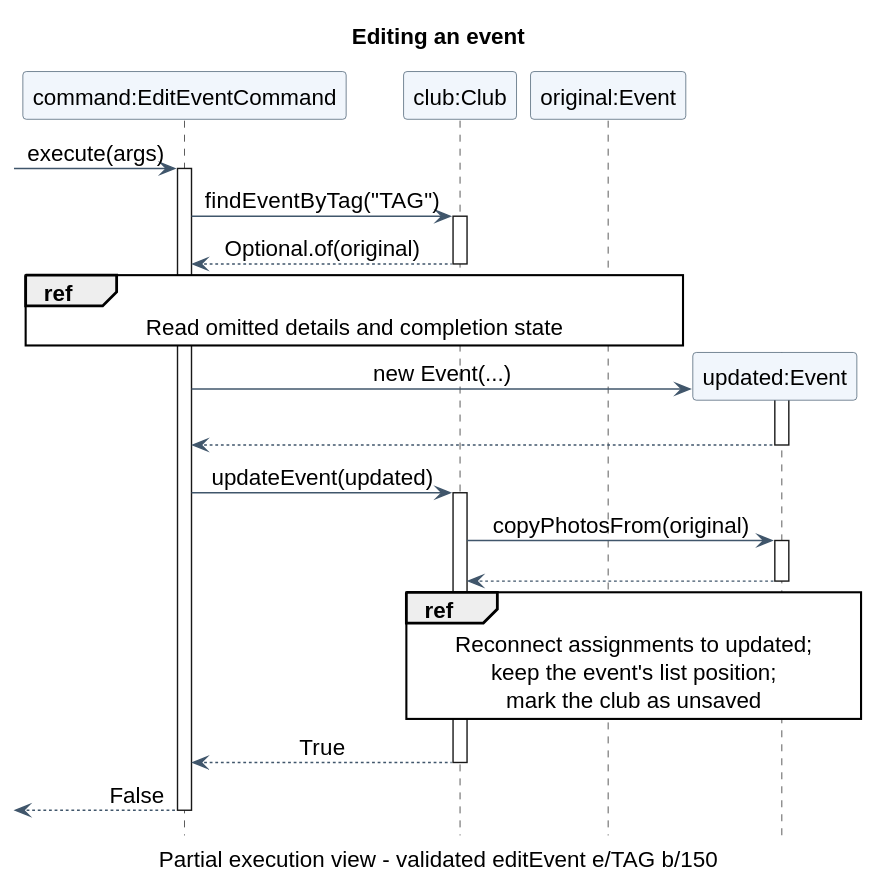
Above: docs/diagrams/events/EditEventSequence.svg in 77chenchen/tp (PlantUML), before the change. Source of this version:
```plantuml
@startuml
!include ../shared/UmlStyle.iuml
title Editing an event
caption Partial execution view - validated editEvent e/TAG b/150
skinparam shadowing false
skinparam sequenceMessageAlign center
skinparam ParticipantBackgroundColor #F1F6FC
skinparam ParticipantBorderColor #40566B
skinparam ArrowColor #40566B
hide footbox

participant "command:EditEventCommand" as Command
participant "club:Club" as Club
participant "original:Event" as Original
participant "updated:Event" as Updated

[-> Command : execute(args)
activate Command
Command -> Club : findEventByTag("TAG")
activate Club
Club --> Command : Optional.of(original)
deactivate Club

ref over Command, Original
Read omitted details and completion state
end ref

create Updated
Command -> Updated : new Event(...)
activate Updated
||25||
Updated --> Command
deactivate Updated

Command -> Club : updateEvent(updated)
activate Club
Club -> Updated : copyPhotosFrom(original)
activate Updated
||15||
Updated --> Club
deactivate Updated

ref over Club, Updated
Reconnect assignments to updated;
keep the event's list position;
mark the club as unsaved
end ref

Club --> Command : True
deactivate Club
[<-- Command : False
deactivate Command
@enduml
```
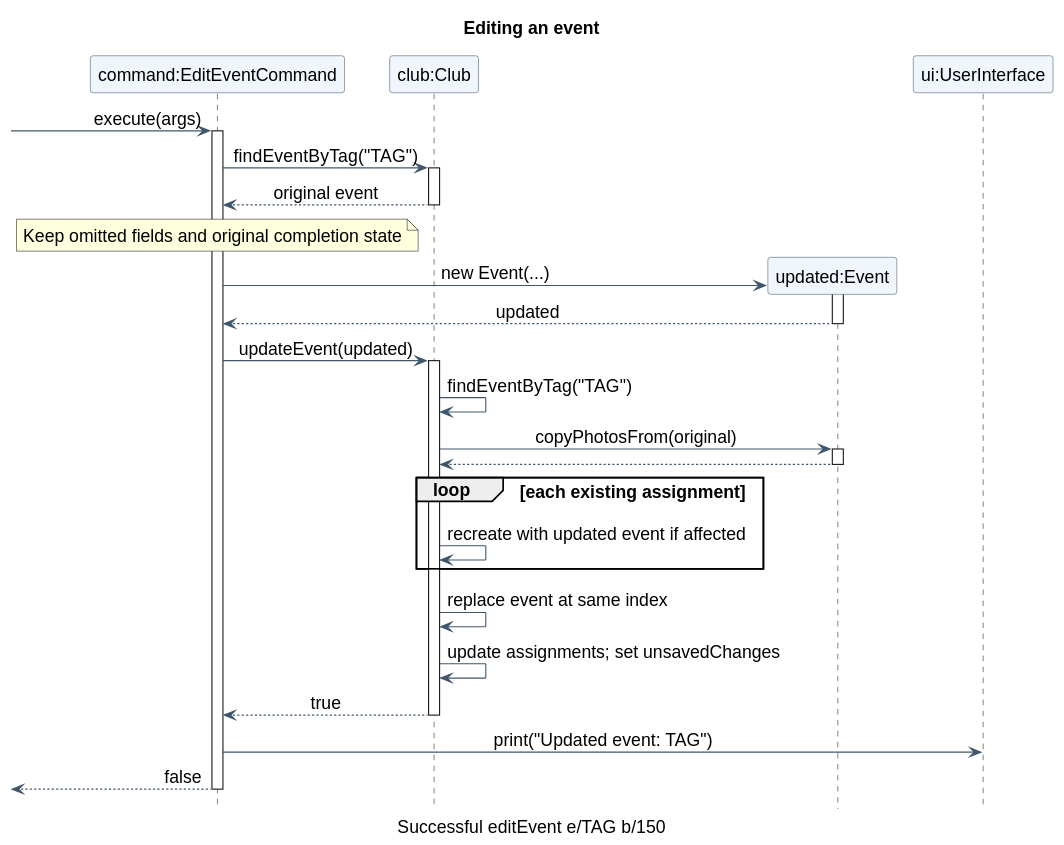
Above is the later version.

Diff of the diagram source:
```diff
@@ -1,7 +1,8 @@
 @startuml
 !include ../shared/UmlStyle.iuml
+scale max 760 width
 title Editing an event
-caption Partial execution view - validated editEvent e/TAG b/150
+caption Successful editEvent e/TAG b/150
 skinparam shadowing false
 skinparam sequenceMessageAlign center
 skinparam ParticipantBackgroundColor #F1F6FC
@@ -11,43 +12,36 @@
 
 participant "command:EditEventCommand" as Command
 participant "club:Club" as Club
-participant "original:Event" as Original
 participant "updated:Event" as Updated
+participant "ui:UserInterface" as UI
 
 [-> Command : execute(args)
 activate Command
 Command -> Club : findEventByTag("TAG")
 activate Club
-Club --> Command : Optional.of(original)
+Club --> Command : original event
 deactivate Club
-
-ref over Command, Original
-Read omitted details and completion state
-end ref
-
+note over Command : Keep omitted fields and original completion state
 create Updated
 Command -> Updated : new Event(...)
 activate Updated
-||25||
-Updated --> Command
+Updated --> Command : updated
 deactivate Updated
-
 Command -> Club : updateEvent(updated)
 activate Club
+Club -> Club : findEventByTag("TAG")
 Club -> Updated : copyPhotosFrom(original)
 activate Updated
-||15||
 Updated --> Club
 deactivate Updated
-
-ref over Club, Updated
-Reconnect assignments to updated;
-keep the event's list position;
-mark the club as unsaved
-end ref
-
-Club --> Command : True
+loop each existing assignment
+    Club -> Club : recreate with updated event if affected
+end
+Club -> Club : replace event at same index
+Club -> Club : update assignments; set unsavedChanges
+Club --> Command : true
 deactivate Club
-[<-- Command : False
+Command -> UI : print("Updated event: TAG")
+[<-- Command : false
 deactivate Command
 @enduml
```
